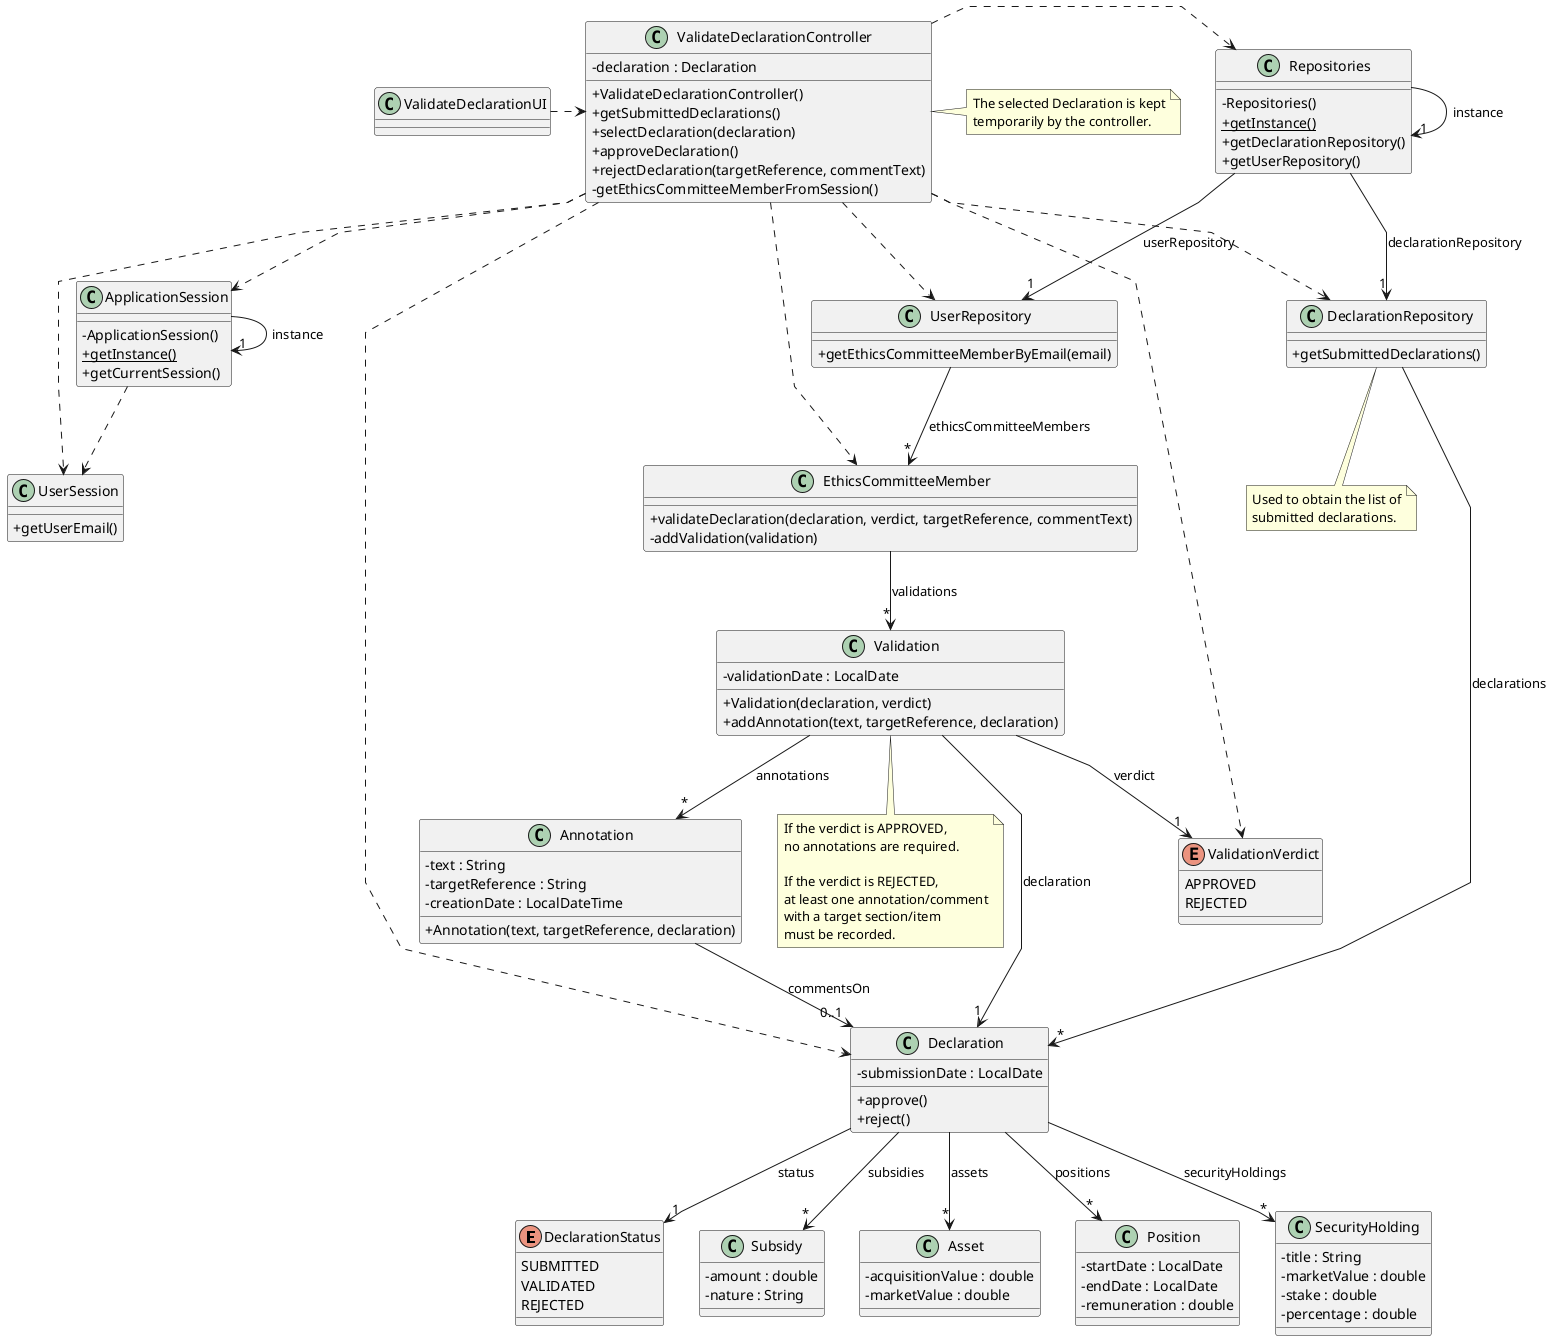
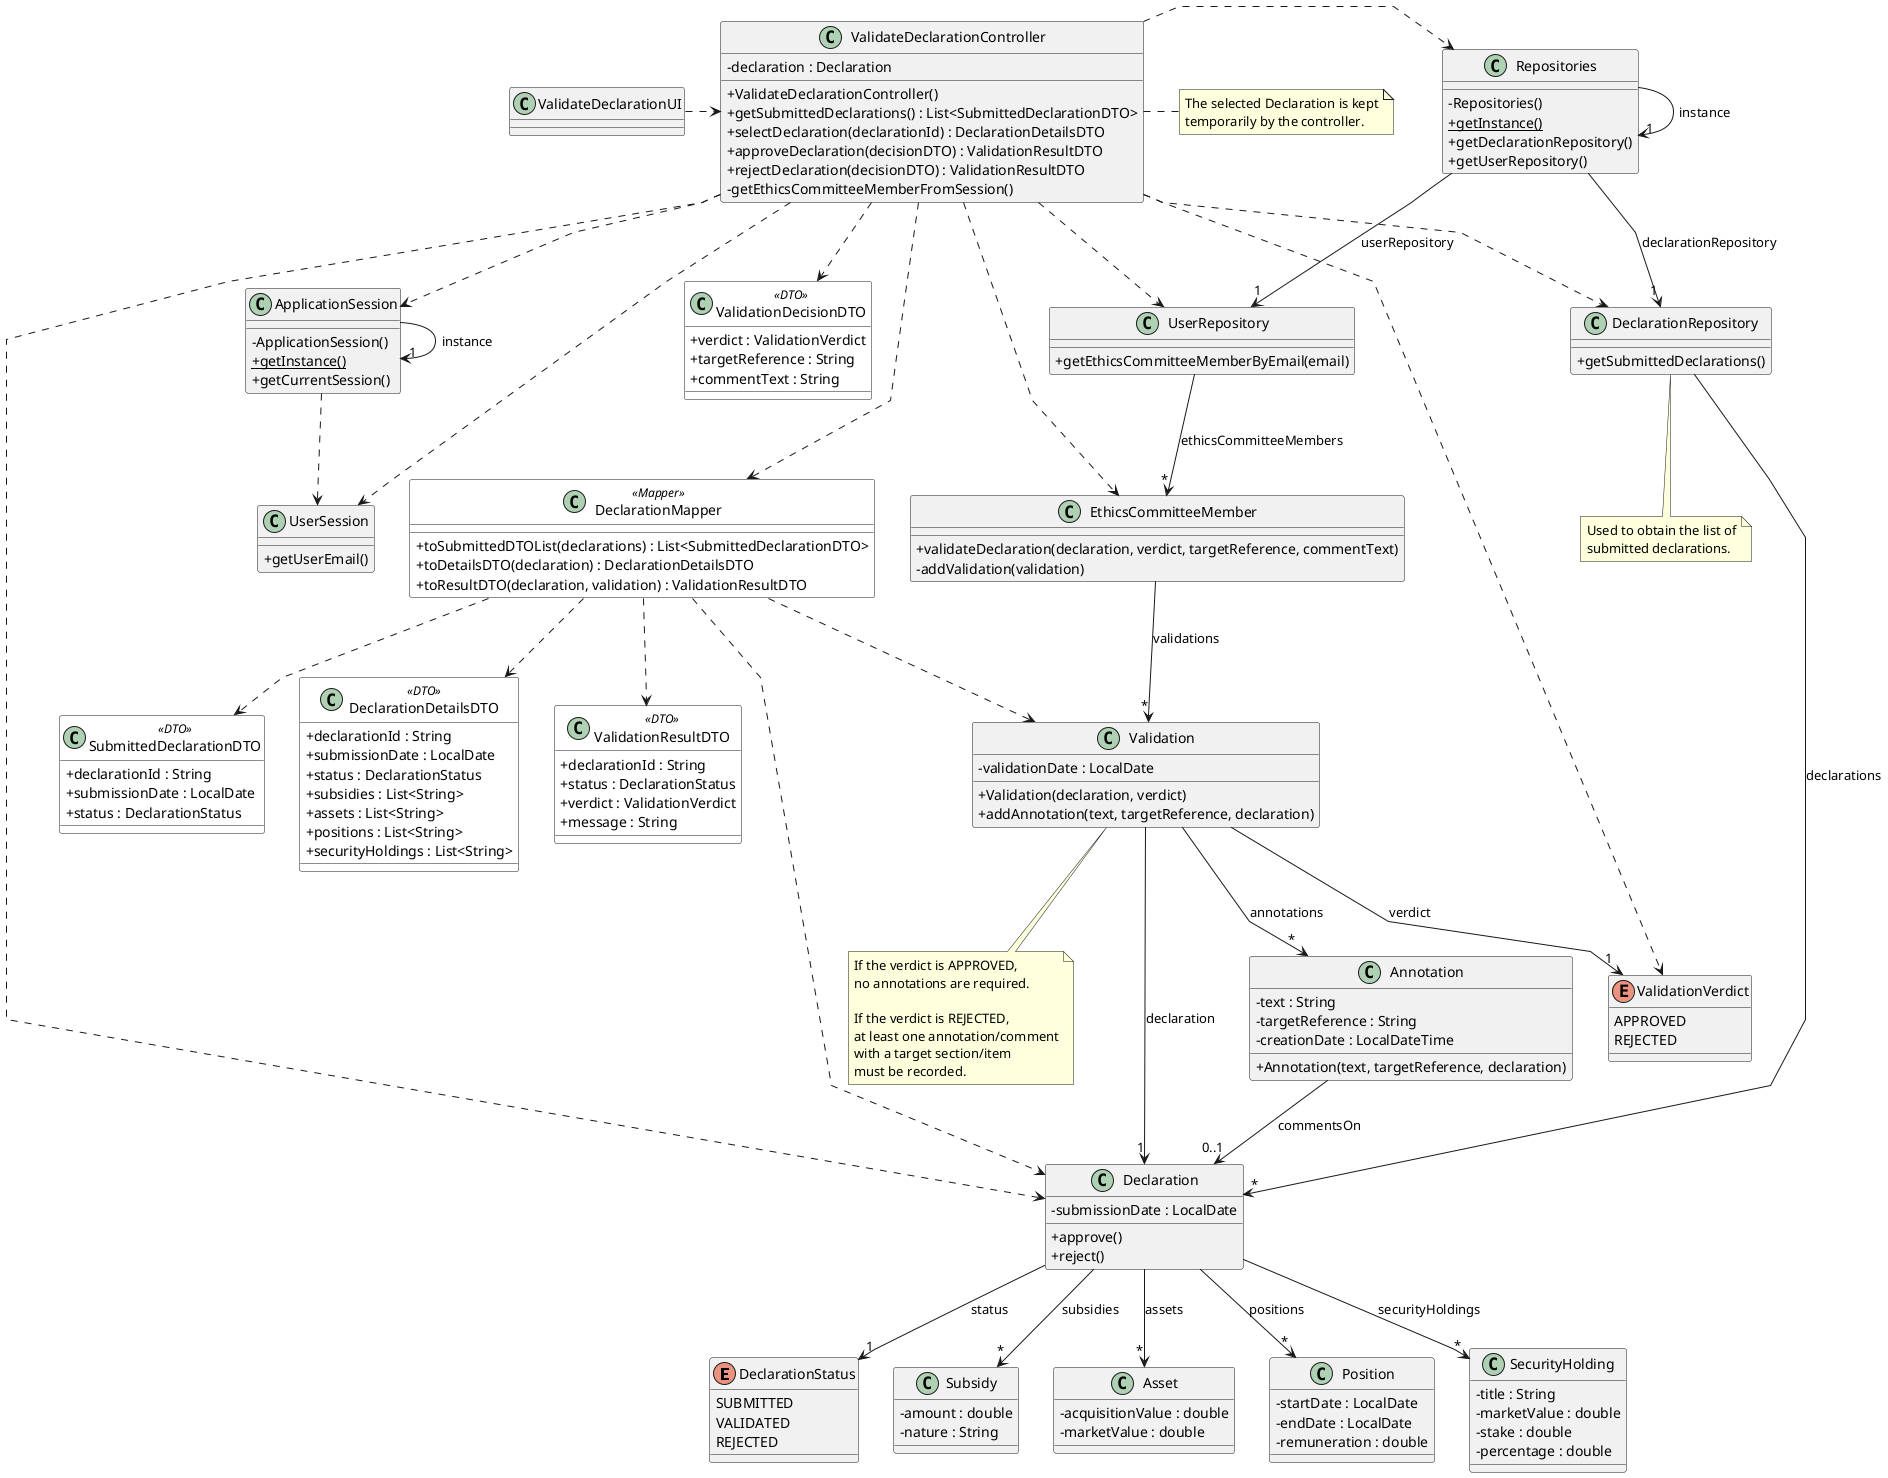
@startuml
'skinparam monochrome true
skinparam packageStyle rectangle
skinparam shadowing false
skinparam linetype polyline
'skinparam linetype orto

skinparam classAttributeIconSize 0

+ skinparam class {
+     BackgroundColor<<DTO>> White
+     BackgroundColor<<Mapper>> White
+ }
+ 
enum DeclarationStatus {
    SUBMITTED
    VALIDATED
    REJECTED
}

enum ValidationVerdict {
    APPROVED
    REJECTED
}

class ApplicationSession {
    - ApplicationSession()
    + {static} getInstance()
    + getCurrentSession()
}

class UserSession {
    + getUserEmail()
}

class EthicsCommitteeMember {
    + validateDeclaration(declaration, verdict, targetReference, commentText)
    - addValidation(validation)
}

class Declaration {
    - submissionDate : LocalDate

    + approve()
    + reject()
}

class Validation {
    - validationDate : LocalDate

    + Validation(declaration, verdict)
    + addAnnotation(text, targetReference, declaration)
}

class Annotation {
    - text : String
    - targetReference : String
    - creationDate : LocalDateTime

    + Annotation(text, targetReference, declaration)
+ }
+ 
+ class SubmittedDeclarationDTO <<DTO>> {
+     + declarationId : String
+     + submissionDate : LocalDate
+     + status : DeclarationStatus
+ }
+ 
+ class DeclarationDetailsDTO <<DTO>> {
+     + declarationId : String
+     + submissionDate : LocalDate
+     + status : DeclarationStatus
+     + subsidies : List<String>
+     + assets : List<String>
+     + positions : List<String>
+     + securityHoldings : List<String>
+ }
+ 
+ class ValidationDecisionDTO <<DTO>> {
+     + verdict : ValidationVerdict
+     + targetReference : String
+     + commentText : String
+ }
+ 
+ class ValidationResultDTO <<DTO>> {
+     + declarationId : String
+     + status : DeclarationStatus
+     + verdict : ValidationVerdict
+     + message : String
+ }
+ 
+ class DeclarationMapper <<Mapper>> {
+     + toSubmittedDTOList(declarations) : List<SubmittedDeclarationDTO>
+     + toDetailsDTO(declaration) : DeclarationDetailsDTO
+     + toResultDTO(declaration, validation) : ValidationResultDTO
}

class Subsidy {
    - amount : double
    - nature : String
}

class Asset {
    - acquisitionValue : double
    - marketValue : double
}

class Position {
    - startDate : LocalDate
    - endDate : LocalDate
    - remuneration : double
}

class SecurityHolding {
    - title : String
    - marketValue : double
    - stake : double
    - percentage : double
}

class DeclarationRepository {
    + getSubmittedDeclarations()
}

class UserRepository {
    + getEthicsCommitteeMemberByEmail(email)
}

class Repositories {
    - Repositories()
    + {static} getInstance()
    + getDeclarationRepository()
    + getUserRepository()
}

class ValidateDeclarationController {
    - declaration : Declaration

    + ValidateDeclarationController()
-     + getSubmittedDeclarations()
-     + selectDeclaration(declaration)
-     + approveDeclaration()
-     + rejectDeclaration(targetReference, commentText)
+     + getSubmittedDeclarations() : List<SubmittedDeclarationDTO>
+     + selectDeclaration(declarationId) : DeclarationDetailsDTO
+     + approveDeclaration(decisionDTO) : ValidationResultDTO
+     + rejectDeclaration(decisionDTO) : ValidationResultDTO
    - getEthicsCommitteeMemberFromSession()
}

note right of ValidateDeclarationController
    The selected Declaration is kept
    temporarily by the controller.
end note

note bottom of DeclarationRepository
    Used to obtain the list of
    submitted declarations.
end note

note bottom of Validation
    If the verdict is APPROVED,
    no annotations are required.

    If the verdict is REJECTED,
    at least one annotation/comment
    with a target section/item
    must be recorded.
end note

class ValidateDeclarationUI {
}

ValidateDeclarationUI .> ValidateDeclarationController

ValidateDeclarationController .> Repositories
ValidateDeclarationController ..> DeclarationRepository
ValidateDeclarationController ..> UserRepository
ValidateDeclarationController ..> ApplicationSession
ValidateDeclarationController ..> UserSession
ValidateDeclarationController ..> Declaration
ValidateDeclarationController ..> EthicsCommitteeMember
ValidateDeclarationController ..> ValidationVerdict
+ ValidateDeclarationController ..> DeclarationMapper
+ ValidateDeclarationController ..> ValidationDecisionDTO

Repositories -> "1" Repositories : instance
Repositories --> "1" DeclarationRepository : declarationRepository
Repositories --> "1" UserRepository : userRepository

ApplicationSession -> "1" ApplicationSession : instance
ApplicationSession ..> UserSession

DeclarationRepository --> "*" Declaration : declarations
UserRepository --> "*" EthicsCommitteeMember : ethicsCommitteeMembers

EthicsCommitteeMember --> "*" Validation : validations

Validation --> "1" Declaration : declaration
Validation --> "1" ValidationVerdict : verdict
Validation --> "*" Annotation : annotations

Annotation --> "0..1" Declaration : commentsOn
+ 
+ DeclarationMapper ..> Declaration
+ DeclarationMapper ..> Validation
+ DeclarationMapper ..> SubmittedDeclarationDTO
+ DeclarationMapper ..> DeclarationDetailsDTO
+ DeclarationMapper ..> ValidationResultDTO

Declaration --> "1" DeclarationStatus : status
Declaration --> "*" Subsidy : subsidies
Declaration --> "*" Asset : assets
Declaration --> "*" Position : positions
Declaration --> "*" SecurityHolding : securityHoldings

@enduml
